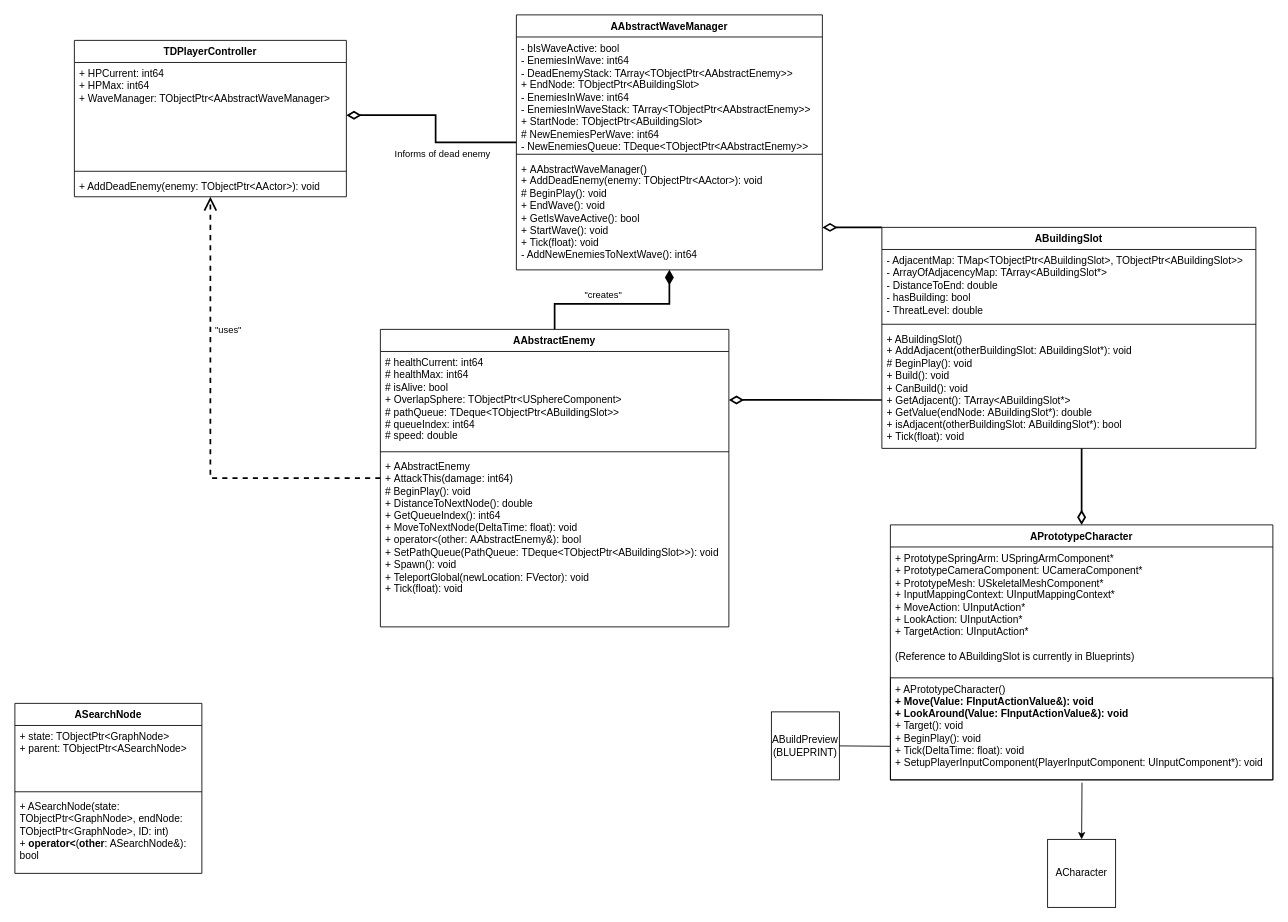
This is UML.drawio from herrkrabbe/Programming3TD, a draw.io file, before an edit. Source tidied: cells renumbered, new cells numbered last; positions are measured from the earlier drawing's top-left corner, leaving out a move shared by most shapes. Both pictures are drawn from the tidied source at 85%, with x=0, y=0 at pixel (14, 14).
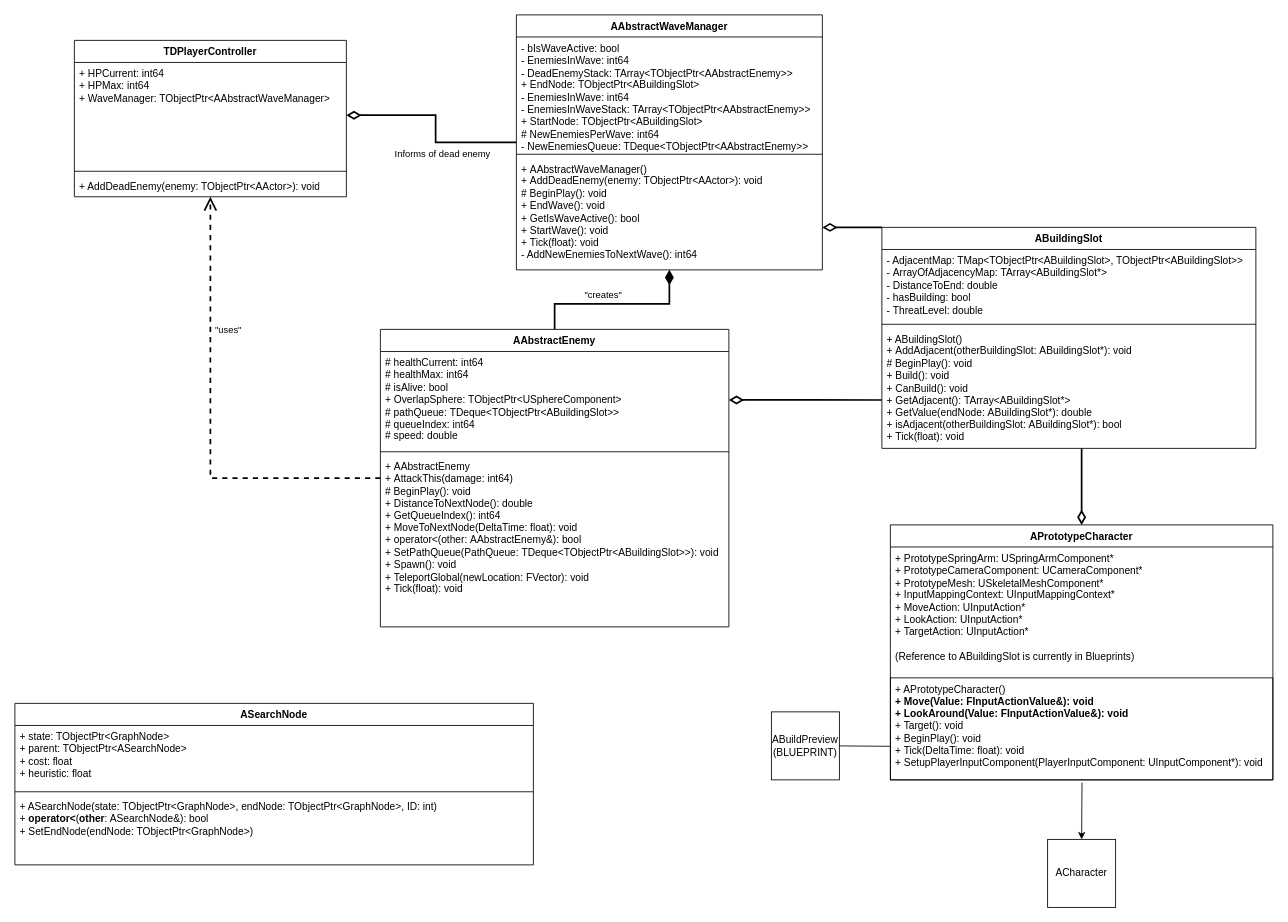
Above is the later version.

Diff of the diagram source:
```diff
@@
     <mxCell id="34" value="ASearchNode" style="swimlane;fontStyle=1;align=center;verticalAlign=top;horizontal=1;startSize=26;whiteSpace=wrap;html=1;" parent="1" vertex="1">
-      <mxGeometry y="810" width="220" height="200" as="geometry" />
+      <mxGeometry y="810" width="610" height="190" as="geometry" />
     </mxCell>
-    <mxCell id="35" value="+ state: TObjectPtr&amp;lt;GraphNode&amp;gt;&lt;div&gt;+ parent: TObjectPtr&amp;lt;ASearchNode&amp;gt;&lt;/div&gt;" style="text;strokeColor=none;fillColor=none;align=left;verticalAlign=top;spacingLeft=4;spacingRight=4;overflow=hidden;whiteSpace=wrap;html=1;" parent="34" vertex="1">
-      <mxGeometry y="26" width="220" height="74" as="geometry" />
+    <mxCell id="35" value="+ state: TObjectPtr&amp;lt;GraphNode&amp;gt;&lt;div&gt;+ parent: TObjectPtr&amp;lt;ASearchNode&amp;gt;&lt;/div&gt;&lt;div&gt;+ cost: float&lt;/div&gt;&lt;div&gt;+ heuristic: float&lt;/div&gt;" style="text;strokeColor=none;fillColor=none;align=left;verticalAlign=top;spacingLeft=4;spacingRight=4;overflow=hidden;whiteSpace=wrap;html=1;" parent="34" vertex="1">
+      <mxGeometry y="26" width="610" height="74" as="geometry" />
     </mxCell>
     <mxCell id="36" style="line;strokeWidth=1;fillColor=none;align=left;verticalAlign=middle;spacingTop=-1;spacingLeft=3;spacingRight=3;labelPosition=right;strokeColor=inherit;" parent="34" vertex="1">
-      <mxGeometry y="100" width="220" height="8" as="geometry" />
+      <mxGeometry y="100" width="610" height="8" as="geometry" />
     </mxCell>
-    <mxCell id="37" value="+ ASearchNode(state: TObjectPtr&amp;lt;GraphNode&amp;gt;, endNode: TObjectPtr&amp;lt;GraphNode&amp;gt;, ID: int)&lt;div&gt;+ &lt;b&gt;operator&amp;lt;&lt;/b&gt;(&lt;b&gt;other&lt;/b&gt;: ASearchNode&amp;amp;): bool&lt;/div&gt;" style="text;strokeColor=none;fillColor=none;align=left;verticalAlign=top;spacingLeft=4;spacingRight=4;overflow=hidden;whiteSpace=wrap;html=1;" parent="34" vertex="1">
-      <mxGeometry y="108" width="220" height="92" as="geometry" />
+    <mxCell id="37" value="+ ASearchNode(state: TObjectPtr&amp;lt;GraphNode&amp;gt;, endNode: TObjectPtr&amp;lt;GraphNode&amp;gt;, ID: int)&lt;div&gt;+ &lt;b&gt;operator&amp;lt;&lt;/b&gt;(&lt;b&gt;other&lt;/b&gt;: ASearchNode&amp;amp;): bool&lt;/div&gt;&lt;div&gt;+ SetEndNode(&lt;span style=&quot;background-color: initial;&quot;&gt;endNode: TObjectPtr&amp;lt;GraphNode&amp;gt;)&lt;/span&gt;&lt;/div&gt;" style="text;strokeColor=none;fillColor=none;align=left;verticalAlign=top;spacingLeft=4;spacingRight=4;overflow=hidden;whiteSpace=wrap;html=1;" parent="34" vertex="1">
+      <mxGeometry y="108" width="610" height="82" as="geometry" />
     </mxCell>
```
